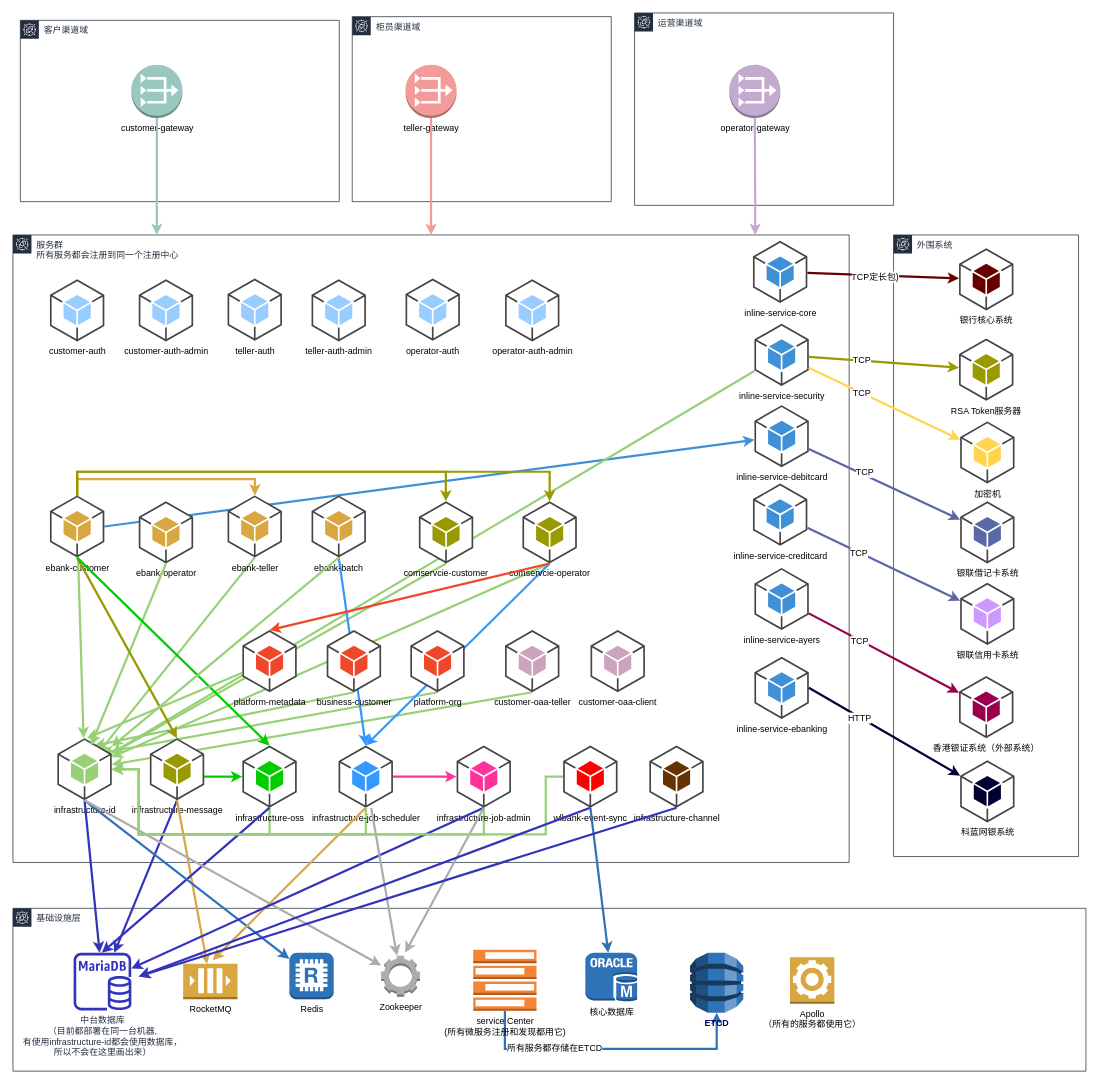
Above: 服务拓扑图.drawio in sam1982/draw (draw.io), before the change. Source tidied: cells renumbered, new cells numbered last; positions are measured from the earlier drawing's top-left corner, leaving out a move shared by most shapes. Both pictures are drawn from the tidied source at 74%, with x=0, y=0 at pixel (13, 13).
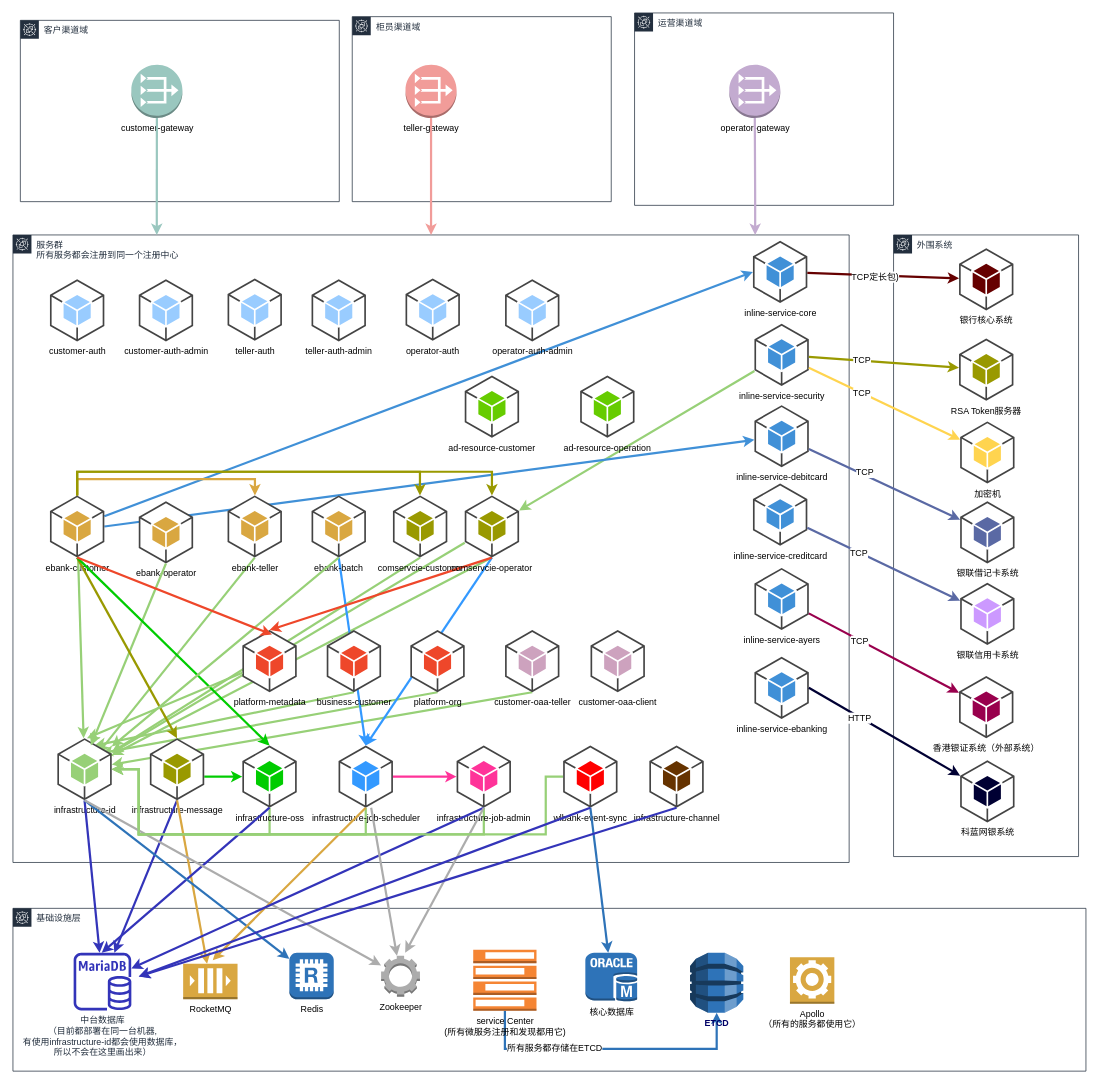
The same page after the edit.

Commit message (it also covers changes not shown here):
更新服务拓扑图.drawio

The change refers to these unchanged cells:
```xml
<mxCell id="18" value="infrastructure-id" style="outlineConnect=0;dashed=0;verticalLabelPosition=bottom;verticalAlign=top;align=center;html=1;shape=mxgraph.aws3.android;fillColor=#97D077;gradientColor=none;strokeColor=#CCE5FF;" parent="1" vertex="1">
  <mxGeometry x="60" y="980" width="73.5" height="84" as="geometry" />
</mxCell>
<mxCell id="31" value="inline-service-core" style="outlineConnect=0;dashed=0;verticalLabelPosition=bottom;verticalAlign=top;align=center;html=1;shape=mxgraph.aws3.android;fillColor=#4090D7;gradientColor=none;strokeColor=#CCE5FF;" parent="1" vertex="1">
  <mxGeometry x="1000" y="308" width="73.5" height="84" as="geometry" />
</mxCell>
<mxCell id="32" value="inline-service-security" style="outlineConnect=0;dashed=0;verticalLabelPosition=bottom;verticalAlign=top;align=center;html=1;shape=mxgraph.aws3.android;fillColor=#4090D7;gradientColor=none;strokeColor=#CCE5FF;" parent="1" vertex="1">
  <mxGeometry x="1002" y="420" width="73.5" height="84" as="geometry" />
</mxCell>
<mxCell id="49" value="ebank-customer" style="outlineConnect=0;dashed=0;verticalLabelPosition=bottom;verticalAlign=top;align=center;html=1;shape=mxgraph.aws3.android;fillColor=#D9A741;strokeColor=#d79b00;" parent="1" vertex="1">
  <mxGeometry x="50" y="652" width="73.5" height="84" as="geometry" />
</mxCell>
```

The edit, as a diff of the source:
```diff
@@
+    <mxCell id="114" style="endArrow=classic;html=1;strokeColor=#97D077;strokeWidth=3;" parent="1" edge="1" source="32" target="83">
+      <mxGeometry relative="1" as="geometry" />
+    </mxCell>
+    <mxCell id="115" style="endArrow=classic;html=1;strokeColor=#4090D7;strokeWidth=3;entryX=0;entryY=0.5;entryDx=0;entryDy=0;entryPerimeter=0;" parent="1" edge="1" source="49" target="31">
+      <mxGeometry relative="1" as="geometry" />
+    </mxCell>
@@
-    <mxCell id="6" style="endArrow=classic;html=1;strokeColor=#97D077;strokeWidth=3;" parent="1" edge="1" source="32" target="18">
+    <mxCell id="6" style="endArrow=classic;html=1;strokeColor=#97D077;strokeWidth=3;" parent="1" edge="1" source="83" target="18">
       <mxGeometry relative="1" as="geometry" />
     </mxCell>
@@
     <mxCell id="47" style="edgeStyle=orthogonalEdgeStyle;rounded=0;jettySize=auto;html=1;entryX=0.5;entryY=0;entryDx=0;entryDy=0;entryPerimeter=0;strokeColor=#999900;strokeWidth=3;" parent="1" edge="1" source="49" target="83">
       <mxGeometry relative="1" as="geometry">
         <Array as="points">
           <mxPoint x="87" y="620" />
-          <mxPoint x="725" y="620" />
+          <mxPoint x="647" y="620" />
         </Array>
       </mxGeometry>
     </mxCell>
     <mxCell id="48" style="edgeStyle=orthogonalEdgeStyle;rounded=0;jettySize=auto;html=1;strokeColor=#999900;strokeWidth=3;" parent="1" edge="1" source="49" target="82">
       <mxGeometry relative="1" as="geometry">
         <Array as="points">
           <mxPoint x="87" y="620" />
-          <mxPoint x="585" y="620" />
+          <mxPoint x="550" y="620" />
         </Array>
       </mxGeometry>
     </mxCell>
@@
     <mxCell id="82" value="comservcie-customer" style="outlineConnect=0;dashed=0;verticalLabelPosition=bottom;verticalAlign=top;align=center;html=1;shape=mxgraph.aws3.android;fillColor=#999900;strokeColor=#d79b00;" parent="1" vertex="1">
-      <mxGeometry x="548.5" y="660" width="73.5" height="84" as="geometry" />
+      <mxGeometry x="513.5" y="652" width="73.5" height="84" as="geometry" />
     </mxCell>
-    <mxCell id="83" value="comservcie-operator" style="outlineConnect=0;dashed=0;verticalLabelPosition=bottom;verticalAlign=top;align=center;html=1;shape=mxgraph.aws3.android;fillColor=#999900;strokeColor=#d79b00;" parent="1" vertex="1">
-      <mxGeometry x="688.5" y="660" width="73.5" height="84" as="geometry" />
-    </mxCell>
@@
+    <mxCell id="116" value="ad-resource-operation" style="dashed=0;verticalLabelPosition=bottom;verticalAlign=top;align=center;html=1;shape=mxgraph.aws3.android;fillColor=#66CC00;strokeColor=#d79b00;" parent="1" vertex="1">
+      <mxGeometry x="766.5" y="490" width="73.5" height="84" as="geometry" />
+    </mxCell>
+    <mxCell id="83" value="comservcie-operator" style="outlineConnect=0;dashed=0;verticalLabelPosition=bottom;verticalAlign=top;align=center;html=1;shape=mxgraph.aws3.android;fillColor=#999900;strokeColor=#d79b00;" parent="1" vertex="1">
+      <mxGeometry x="610.5" y="652" width="73.5" height="84" as="geometry" />
+    </mxCell>
+    <mxCell id="117" value="ad-resource-customer" style="dashed=0;verticalLabelPosition=bottom;verticalAlign=top;align=center;html=1;shape=mxgraph.aws3.android;fillColor=#66CC00;strokeColor=#d79b00;" parent="1" vertex="1">
+      <mxGeometry x="610.5" y="490" width="73.5" height="84" as="geometry" />
+    </mxCell>
+    <mxCell id="118" style="endArrow=classic;html=1;strokeColor=#EE472A;strokeWidth=3;exitX=0.5;exitY=1;exitDx=0;exitDy=0;exitPerimeter=0;" parent="1" edge="1" source="49">
+      <mxGeometry relative="1" as="geometry">
+        <mxPoint x="350" y="840" as="targetPoint" />
+      </mxGeometry>
+    </mxCell>
```
